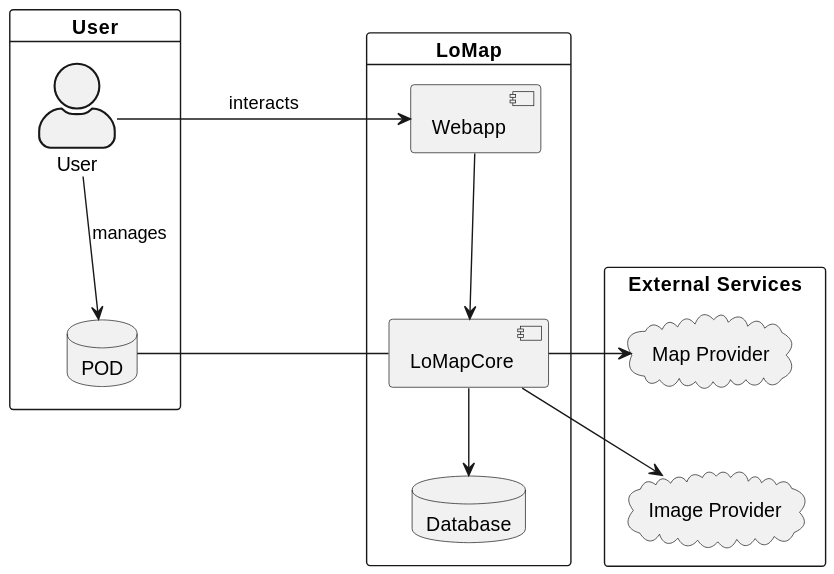
Arquisoft/lomap_en1a keeps this PlantUML diagram as docs/images/5-buildingBlock-L1-0.svg. Above is the earlier version.
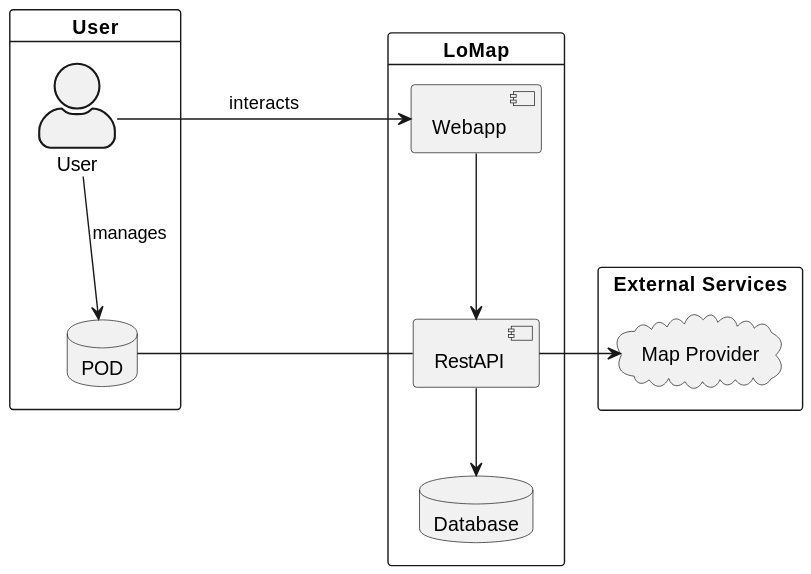
After the commit.

What changed in the source:
```diff
@@ -2,7 +2,7 @@
 skinparam actorStyle awesome
 card LoMap {
     component Webapp as Frontend
-    component LoMapCore as Backend
+    component RestAPI as Backend
     database Database
 }
 
@@ -14,10 +14,7 @@
 
 rectangle "External Services" {
     cloud "Map Provider" as MapService
-    cloud "Image Provider" as ImgService
 }
-
-
 
 User -r-> Frontend : interacts
 User -[hidden]--- Frontend
@@ -26,6 +23,4 @@
 POD -l- Backend
 Backend -d-> Database
 Backend -r-> MapService
-Backend -r-> ImgService
-MapService -[hidden]- ImgService
 @enduml
```
